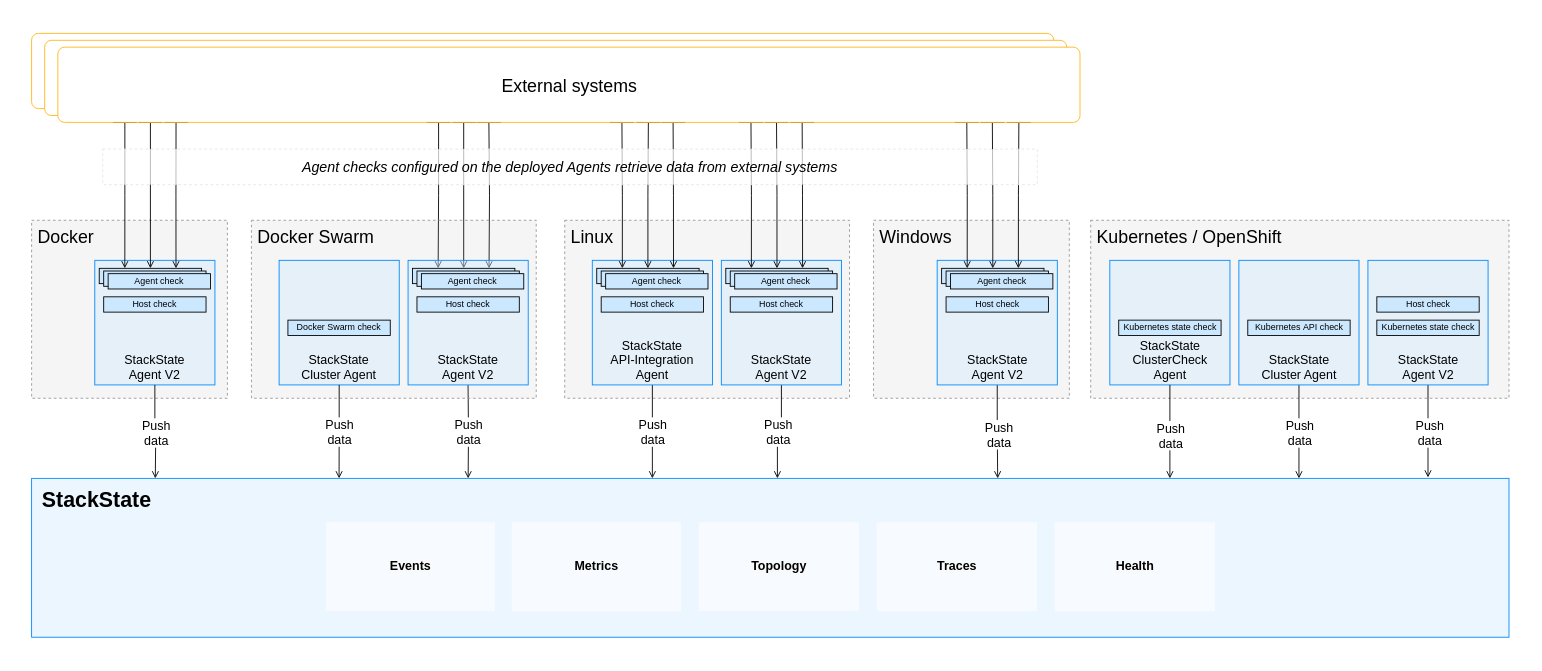
Above: resources/drawio/stackstate-agent.drawio in StackVista/stackstate-docs (draw.io), before the change. Source tidied: cells renumbered, new cells numbered last; positions are measured from the earlier drawing's top-left corner, leaving out a move shared by most shapes. Both pictures are drawn from the tidied source at 89%, with x=0, y=0 at pixel (15, 15).
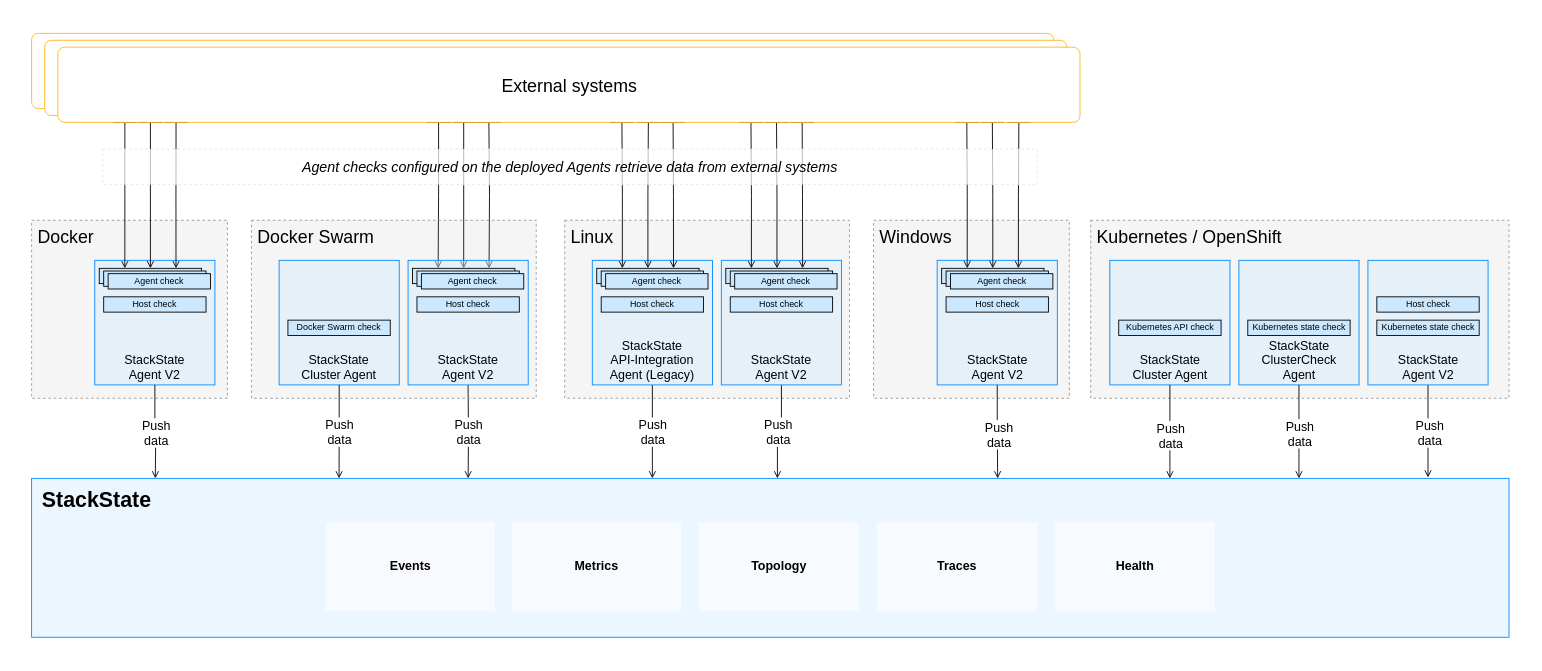
The same diagram, later.

Commit message (it also covers changes not shown here):
update diagram and description

The edit, as a diff of the source:
```diff
@@
+    <mxCell id="117" value="&lt;span style=&quot;font-style: normal&quot;&gt;&lt;font style=&quot;font-size: 14px&quot;&gt;StackState&lt;br&gt;ClusterCheck&lt;br&gt;Agent&lt;br&gt;&lt;/font&gt;&lt;/span&gt;" style="rounded=0;whiteSpace=wrap;html=1;strokeWidth=1;strokeColor=#008AFF;fontStyle=2;fillColor=#CCE8FF;fillOpacity=40;verticalAlign=bottom;" parent="1" vertex="1">
+      <mxGeometry x="1374.5" y="275" width="135" height="140" as="geometry" />
+    </mxCell>
-    <mxCell id="4" value="&lt;span style=&quot;font-style: normal&quot;&gt;&lt;font style=&quot;font-size: 14px&quot;&gt;StackState&lt;br&gt;ClusterCheck&lt;br&gt;Agent&lt;br&gt;&lt;/font&gt;&lt;/span&gt;" style="rounded=0;whiteSpace=wrap;html=1;strokeWidth=1;strokeColor=#008AFF;fontStyle=2;fillColor=#CCE8FF;fillOpacity=40;verticalAlign=bottom;" parent="1" vertex="1">
+    <mxCell id="4" value="&lt;span style=&quot;font-style: normal&quot;&gt;&lt;font style=&quot;font-size: 14px&quot;&gt;StackState&lt;br&gt;Cluster Agent&lt;br&gt;&lt;/font&gt;&lt;/span&gt;" style="rounded=0;whiteSpace=wrap;html=1;strokeWidth=1;strokeColor=#008AFF;fontStyle=2;fillColor=#CCE8FF;fillOpacity=40;verticalAlign=bottom;" parent="1" vertex="1">
       <mxGeometry x="1229.5" y="275" width="135" height="140" as="geometry" />
     </mxCell>
@@
-    <mxCell id="21" value="&lt;span style=&quot;font-size: 14px ; font-style: normal&quot;&gt;StackState&lt;/span&gt;&lt;br style=&quot;font-size: 14px ; font-style: normal&quot;&gt;&lt;span style=&quot;font-size: 14px ; font-style: normal&quot;&gt;API-Integration Agent&lt;/span&gt;" style="rounded=0;whiteSpace=wrap;html=1;strokeWidth=1;strokeColor=#008AFF;fontStyle=2;fillColor=#CCE8FF;fillOpacity=40;verticalAlign=bottom;" parent="1" vertex="1">
+    <mxCell id="21" value="&lt;span style=&quot;font-size: 14px ; font-style: normal&quot;&gt;StackState&lt;/span&gt;&lt;br style=&quot;font-size: 14px ; font-style: normal&quot;&gt;&lt;span style=&quot;font-size: 14px ; font-style: normal&quot;&gt;API-Integration Agent (Legacy)&lt;/span&gt;" style="rounded=0;whiteSpace=wrap;html=1;strokeWidth=1;strokeColor=#008AFF;fontStyle=2;fillColor=#CCE8FF;fillOpacity=40;verticalAlign=bottom;" parent="1" vertex="1">
       <mxGeometry x="648" y="275" width="135" height="140" as="geometry" />
     </mxCell>
@@
-    <mxCell id="29" style="edgeStyle=orthogonalEdgeStyle;rounded=0;jettySize=auto;html=1;exitX=0.5;exitY=1;exitDx=0;exitDy=0;endArrow=open;endFill=0;" parent="1" edge="1" source="44">
+    <mxCell id="29" style="edgeStyle=orthogonalEdgeStyle;rounded=0;orthogonalLoop=1;jettySize=auto;html=1;exitX=0.5;exitY=1;exitDx=0;exitDy=0;endArrow=open;endFill=0;" parent="1" edge="1">
       <mxGeometry relative="1" as="geometry">
+        <mxPoint x="1442" y="415" as="sourcePoint" />
         <mxPoint x="1442" y="520" as="targetPoint" />
       </mxGeometry>
     </mxCell>
@@
-    <mxCell id="44" value="&lt;span style=&quot;font-style: normal&quot;&gt;&lt;font style=&quot;font-size: 14px&quot;&gt;StackState&lt;br&gt;Cluster Agent&lt;/font&gt;&lt;/span&gt;" style="rounded=0;whiteSpace=wrap;html=1;strokeWidth=1;strokeColor=#008AFF;fontStyle=2;fillColor=#CCE8FF;fillOpacity=40;verticalAlign=bottom;" parent="1" vertex="1">
-      <mxGeometry x="1374.5" y="275" width="135" height="140" as="geometry" />
-    </mxCell>
@@
-    <mxCell id="47" value="&lt;span style=&quot;font-style: normal&quot;&gt;&lt;font style=&quot;font-size: 10px&quot;&gt;Kubernetes state check&lt;/font&gt;&lt;/span&gt;" style="rounded=0;whiteSpace=wrap;html=1;strokeWidth=1;fontStyle=2;fillColor=#CCE8FF;fillOpacity=100;verticalAlign=bottom;" parent="1" vertex="1">
+    <mxCell id="47" value="&lt;span style=&quot;font-style: normal&quot;&gt;&lt;font style=&quot;font-size: 10px&quot;&gt;Kubernetes API check&lt;/font&gt;&lt;/span&gt;" style="rounded=0;whiteSpace=wrap;html=1;strokeWidth=1;fontStyle=2;fillColor=#CCE8FF;fillOpacity=100;verticalAlign=bottom;" parent="1" vertex="1">
       <mxGeometry x="1239.5" y="342.2" width="115" height="17.2" as="geometry" />
     </mxCell>
@@
-    <mxCell id="64" value="&lt;font style=&quot;font-size: 10px ; font-style: normal&quot;&gt;Kubernetes&lt;/font&gt;&lt;span style=&quot;font-size: 10px ; font-style: normal&quot;&gt;&amp;nbsp;API check&lt;/span&gt;" style="rounded=0;whiteSpace=wrap;html=1;strokeWidth=1;fontStyle=2;fillColor=#CCE8FF;fillOpacity=100;verticalAlign=bottom;" parent="1" vertex="1">
+    <mxCell id="64" value="&lt;font style=&quot;font-size: 10px ; font-style: normal&quot;&gt;Kubernetes&lt;/font&gt;&lt;span style=&quot;font-size: 10px ; font-style: normal&quot;&gt;&amp;nbsp;state check&lt;/span&gt;" style="rounded=0;whiteSpace=wrap;html=1;strokeWidth=1;fontStyle=2;fillColor=#CCE8FF;fillOpacity=100;verticalAlign=bottom;" parent="1" vertex="1">
       <mxGeometry x="1384.5" y="342.2" width="115" height="17.2" as="geometry" />
     </mxCell>
```
